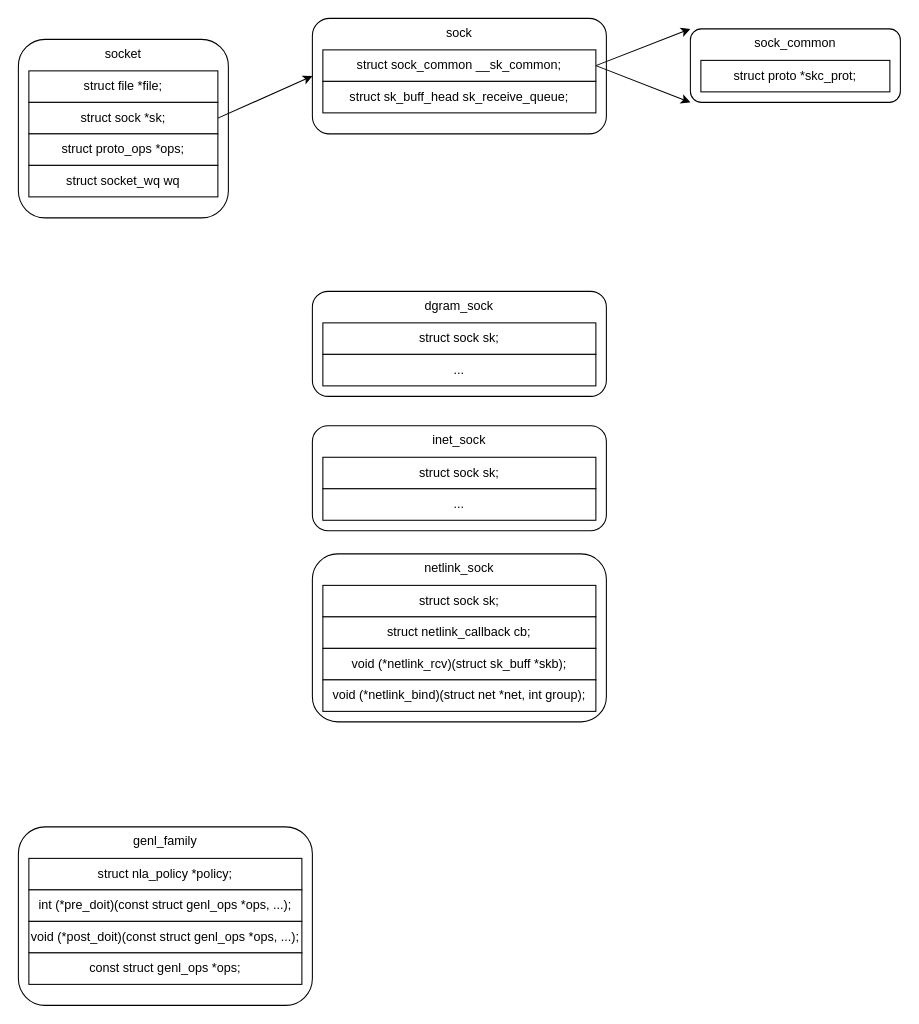
Before: page "socket数据结构" (1 of 5) of Netlink.drawio in Aspiresky/draw.io, a draw.io diagram. Source tidied: cells renumbered, new cells numbered last; positions are measured from the earlier drawing's top-left corner, leaving out a move shared by most shapes. Both pictures are drawn from the tidied source at 105%, with x=0, y=0 at pixel (18, 18).
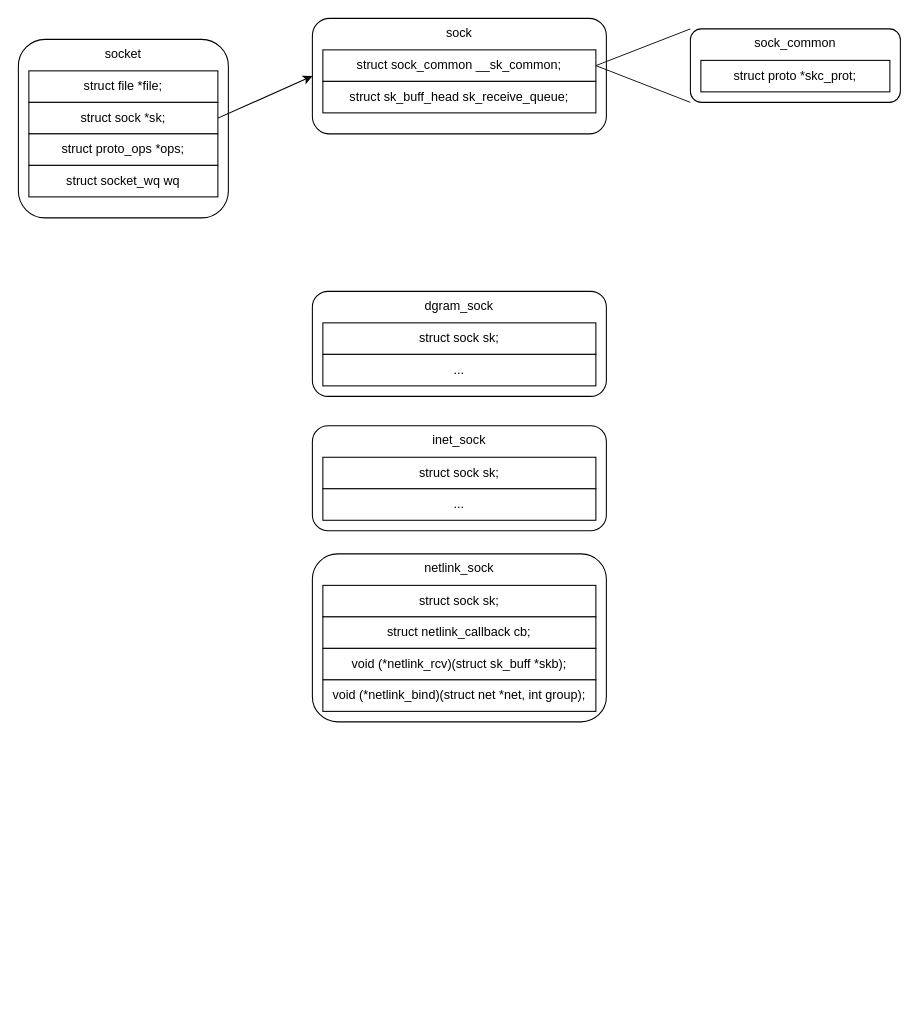
After the change.

Unchanged cells that the change refers to:
```xml
<mxCell id="21" value="struct sock_common&#9;__sk_common;" style="rounded=0;whiteSpace=wrap;html=1;" parent="1" vertex="1">
  <mxGeometry x="290" y="30" width="260" height="30" as="geometry" />
</mxCell>
<mxCell id="23" value="sock_common" style="rounded=1;whiteSpace=wrap;html=1;verticalAlign=top;" parent="1" vertex="1">
  <mxGeometry x="640" y="10" width="200" height="70" as="geometry" />
</mxCell>
```

Diff of the diagram source:
```diff
@@
-    <mxCell id="7" value="genl_family" style="rounded=1;whiteSpace=wrap;html=1;verticalAlign=top;" parent="1" vertex="1">
-      <mxGeometry y="770" width="280" height="170" as="geometry" />
-    </mxCell>
-    <mxCell id="8" value="struct nla_policy *policy;" style="rounded=0;whiteSpace=wrap;html=1;" parent="1" vertex="1">
-      <mxGeometry x="10" y="800" width="260" height="30" as="geometry" />
-    </mxCell>
-    <mxCell id="9" value="int (*pre_doit)(const struct genl_ops *ops, ...);" style="rounded=0;whiteSpace=wrap;html=1;" parent="1" vertex="1">
-      <mxGeometry x="10" y="830" width="260" height="30" as="geometry" />
-    </mxCell>
-    <mxCell id="10" value="void (*post_doit)(const struct genl_ops *ops, ...);" style="rounded=0;whiteSpace=wrap;html=1;" parent="1" vertex="1">
-      <mxGeometry x="10" y="860" width="260" height="30" as="geometry" />
-    </mxCell>
-    <mxCell id="11" value="const struct genl_ops *ops;" style="rounded=0;whiteSpace=wrap;html=1;" parent="1" vertex="1">
-      <mxGeometry x="10" y="890" width="260" height="30" as="geometry" />
-    </mxCell>
@@
-    <mxCell id="19" style="edgeStyle=none;rounded=0;jettySize=auto;html=1;exitX=1;exitY=0.5;exitDx=0;exitDy=0;entryX=0;entryY=0;entryDx=0;entryDy=0;" parent="1" edge="1" source="21" target="23">
+    <mxCell id="19" style="edgeStyle=none;rounded=0;jettySize=auto;html=1;exitX=1;exitY=0.5;exitDx=0;exitDy=0;entryX=0;entryY=0;entryDx=0;entryDy=0;endArrow=none;endFill=0;" parent="1" edge="1" source="21" target="23">
       <mxGeometry relative="1" as="geometry" />
     </mxCell>
-    <mxCell id="20" style="edgeStyle=none;rounded=0;jettySize=auto;html=1;exitX=1;exitY=0.5;exitDx=0;exitDy=0;entryX=0;entryY=1;entryDx=0;entryDy=0;" parent="1" edge="1" source="21" target="23">
+    <mxCell id="20" style="edgeStyle=none;rounded=0;jettySize=auto;html=1;exitX=1;exitY=0.5;exitDx=0;exitDy=0;entryX=0;entryY=1;entryDx=0;entryDy=0;endArrow=none;endFill=0;" parent="1" edge="1" source="21" target="23">
       <mxGeometry relative="1" as="geometry" />
     </mxCell>
```
